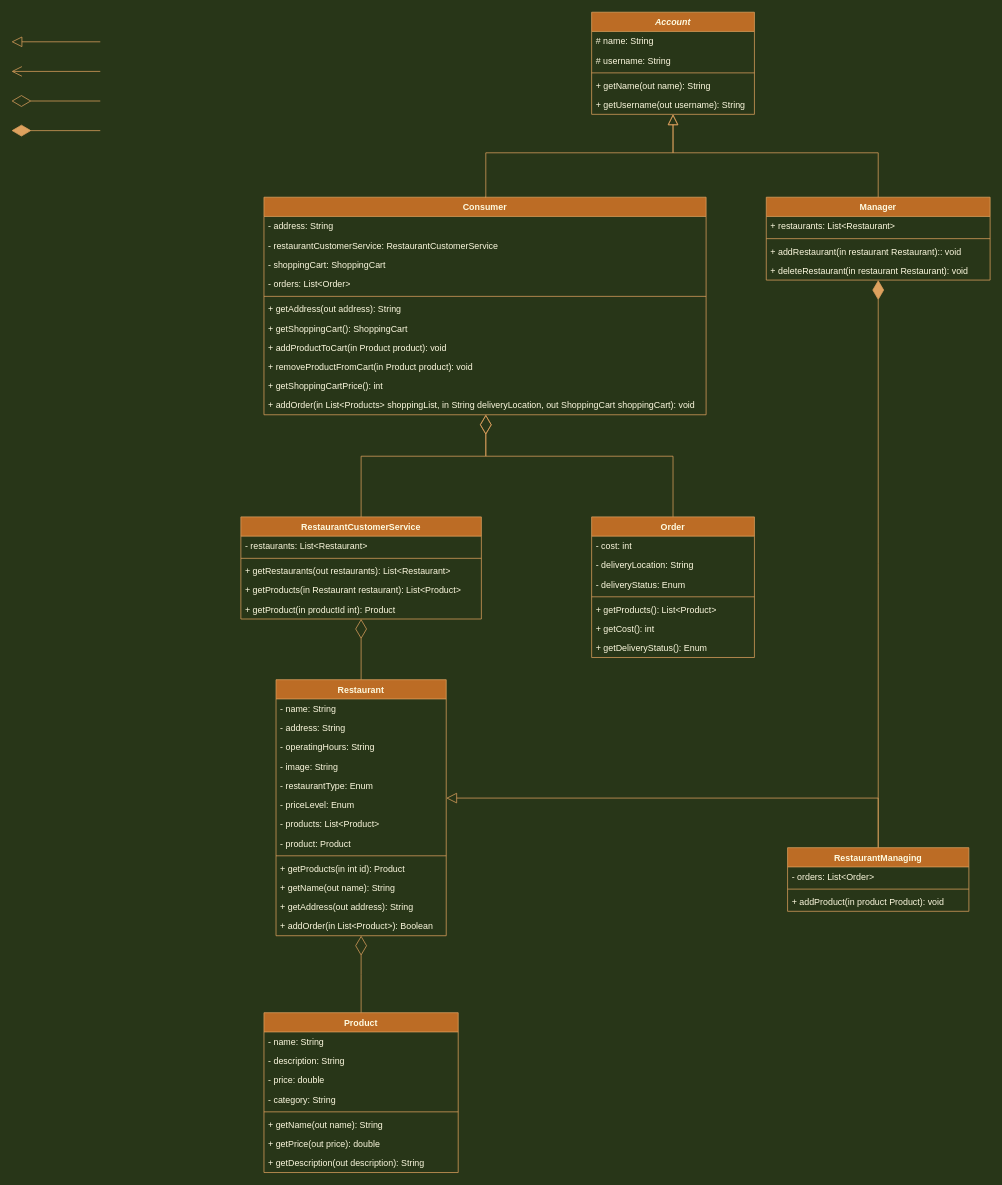
Above: UML/AWA_UML_Class.drawio in AWAProjectT35/awa-documentation (draw.io), before the change. Source tidied: cells renumbered, new cells numbered last; positions are measured from the earlier drawing's top-left corner, leaving out a move shared by most shapes. Both pictures are drawn from the tidied source at 74%, with x=0, y=0 at pixel (11, 12).
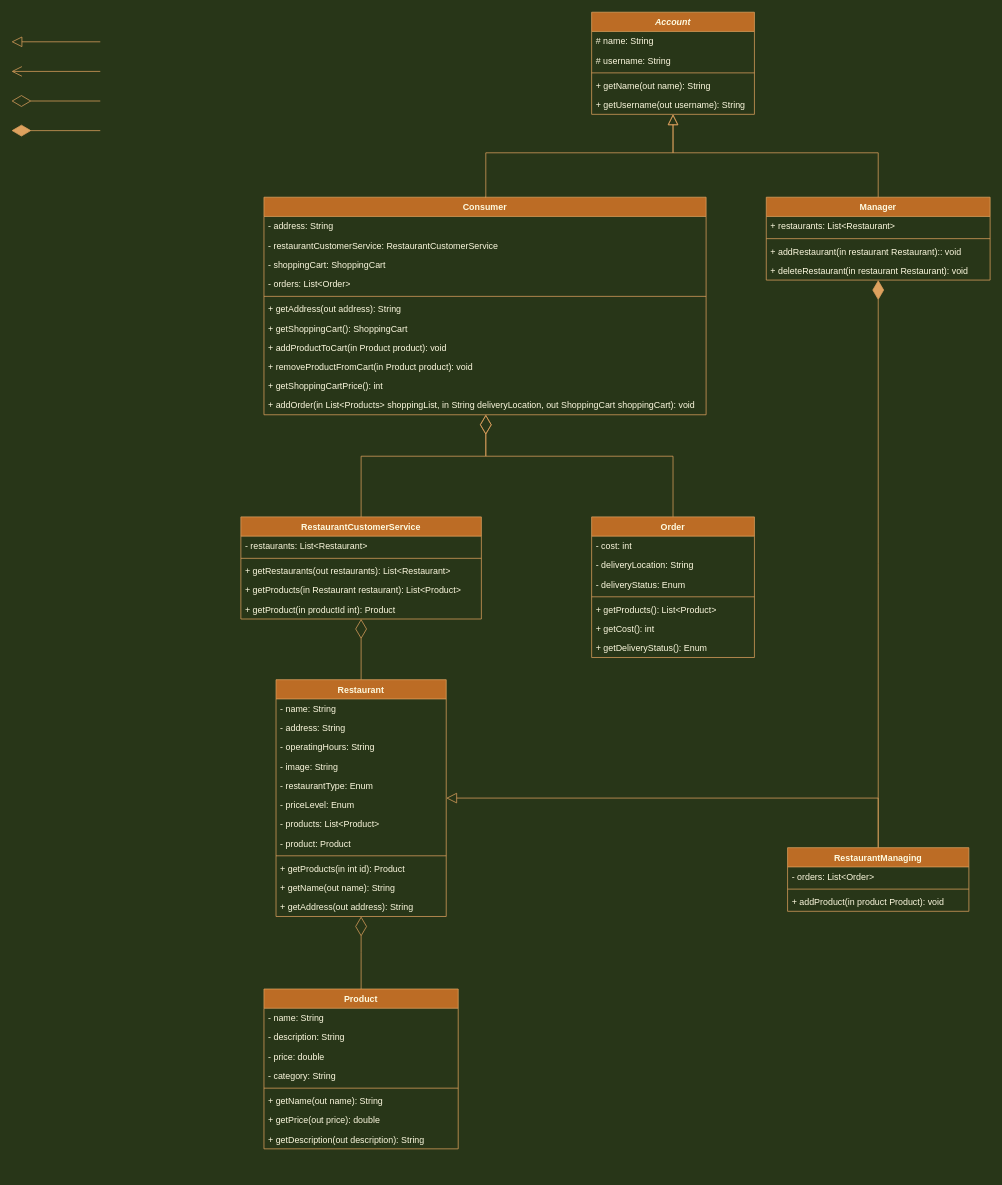
After the change.

Commit message (it also covers changes not shown here):
UML Class Diagram: adding ShoppingCart and starting Order

What changed in the source:
```diff
@@
     <mxCell id="26" value="Product" style="swimlane;fontStyle=1;align=center;verticalAlign=top;horizontal=1;startSize=26;rounded=0;shadow=0;glass=0;labelBorderColor=none;strokeColor=#DDA15E;fillColor=#BC6C25;fontColor=#FEFAE0;" parent="1" vertex="1">
-      <mxGeometry x="341.2" y="1352" width="262.5" height="216" as="geometry" />
+      <mxGeometry x="341.2" y="1320" width="262.5" height="216" as="geometry" />
     </mxCell>
@@
     <mxCell id="35" value="Restaurant" style="swimlane;fontStyle=1;align=center;verticalAlign=top;horizontal=1;startSize=26;rounded=0;shadow=0;glass=0;labelBorderColor=none;strokeColor=#DDA15E;fillColor=#BC6C25;fontColor=#FEFAE0;" parent="1" vertex="1">
-      <mxGeometry x="357.5" y="902" width="230" height="346" as="geometry" />
+      <mxGeometry x="357.5" y="902" width="230" height="320" as="geometry" />
     </mxCell>
@@
-    <mxCell id="48" value="+ addOrder(in List&lt;Product&gt;): Boolean" style="text;strokeColor=none;fillColor=none;align=left;verticalAlign=top;spacingLeft=4;spacingRight=4;overflow=hidden;rounded=0;shadow=0;glass=0;labelBorderColor=none;fontColor=#FEFAE0;" parent="35" vertex="1">
-      <mxGeometry y="320" width="230" height="26" as="geometry" />
-    </mxCell>
```
